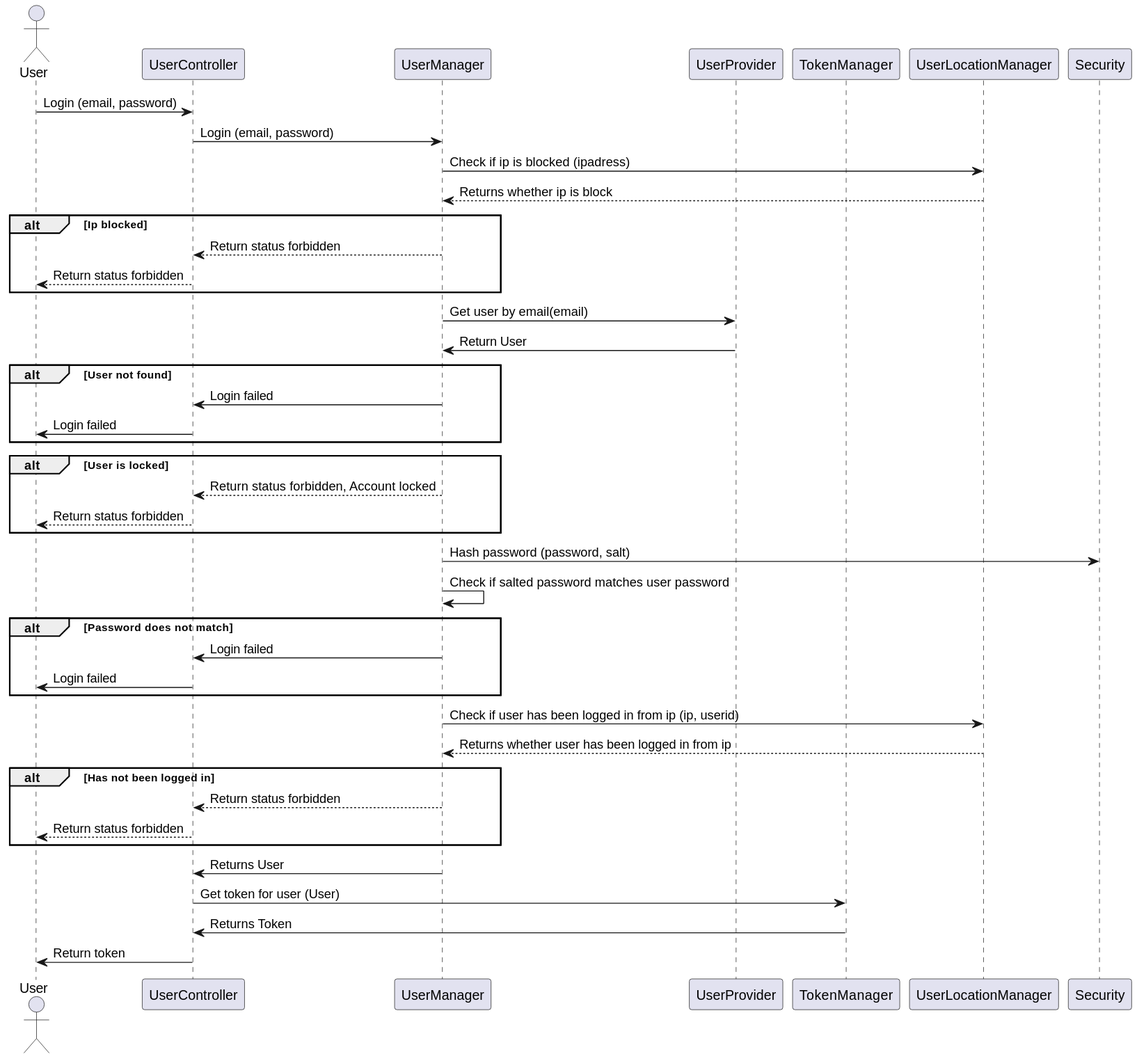
Earlier version of the PlantUML export Docs/out/SDDiagrams/LoginSD/Login SD.svg (blackout1471/trust-us-school).
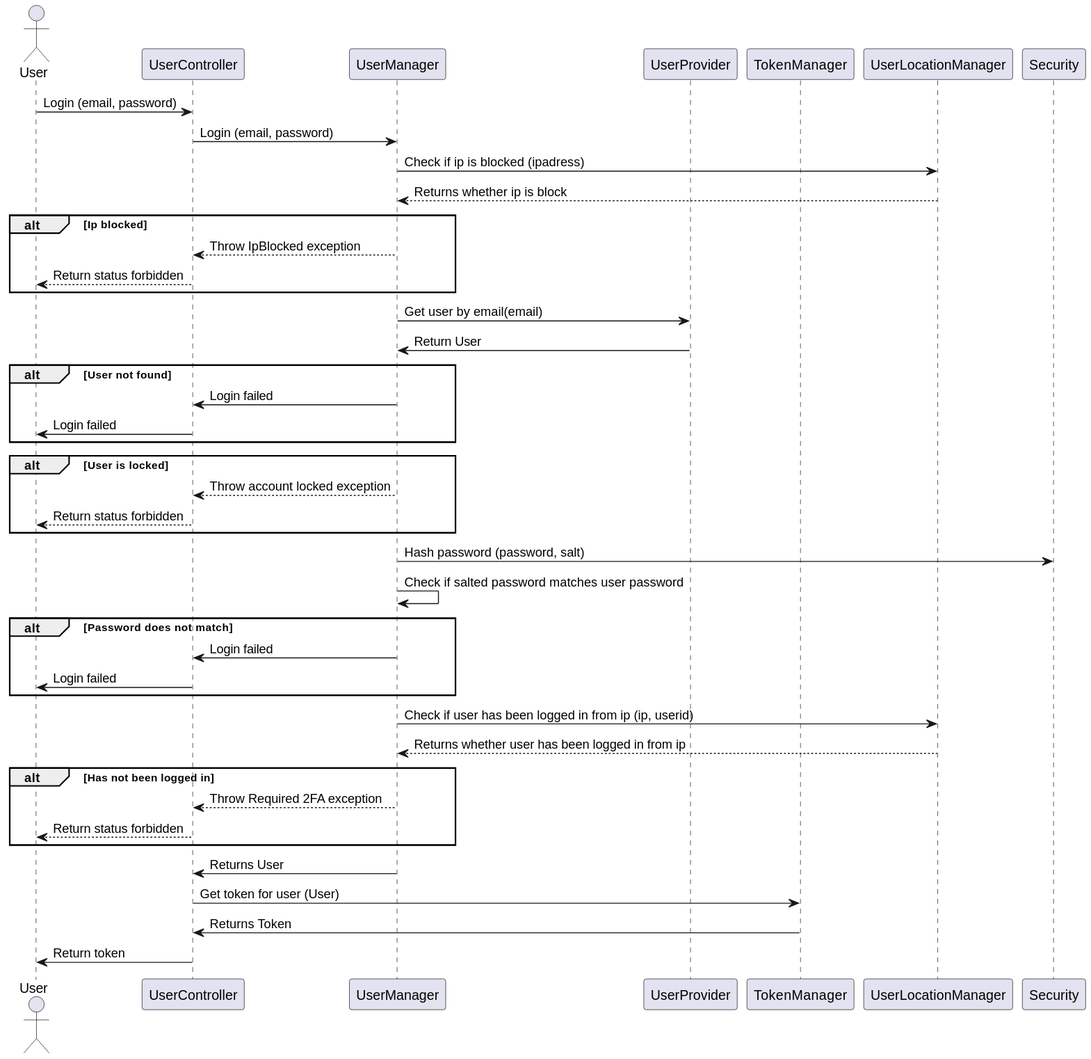
After the commit.

Commit message:
Exported diagrams

Change to the diagram source:
```diff
@@ -14,7 +14,7 @@
 UserLocationManager-->UserManager: Returns whether ip is block
 
 alt Ip blocked
-UserManager-->UserController: Return status forbidden
+UserManager-->UserController: Throw IpBlocked exception
 UserController-->User: Return status forbidden
 end
 
@@ -31,7 +31,7 @@
 
 alt User is locked
 
-UserManager-->UserController: Return status forbidden, Account locked
+UserManager-->UserController: Throw account locked exception
 UserController-->User: Return status forbidden
 
 end
@@ -52,7 +52,7 @@
 
 alt Has not been logged in
 
-UserManager-->UserController: Return status forbidden
+UserManager-->UserController: Throw Required 2FA exception
 UserController-->User: Return status forbidden
 
 end
```
